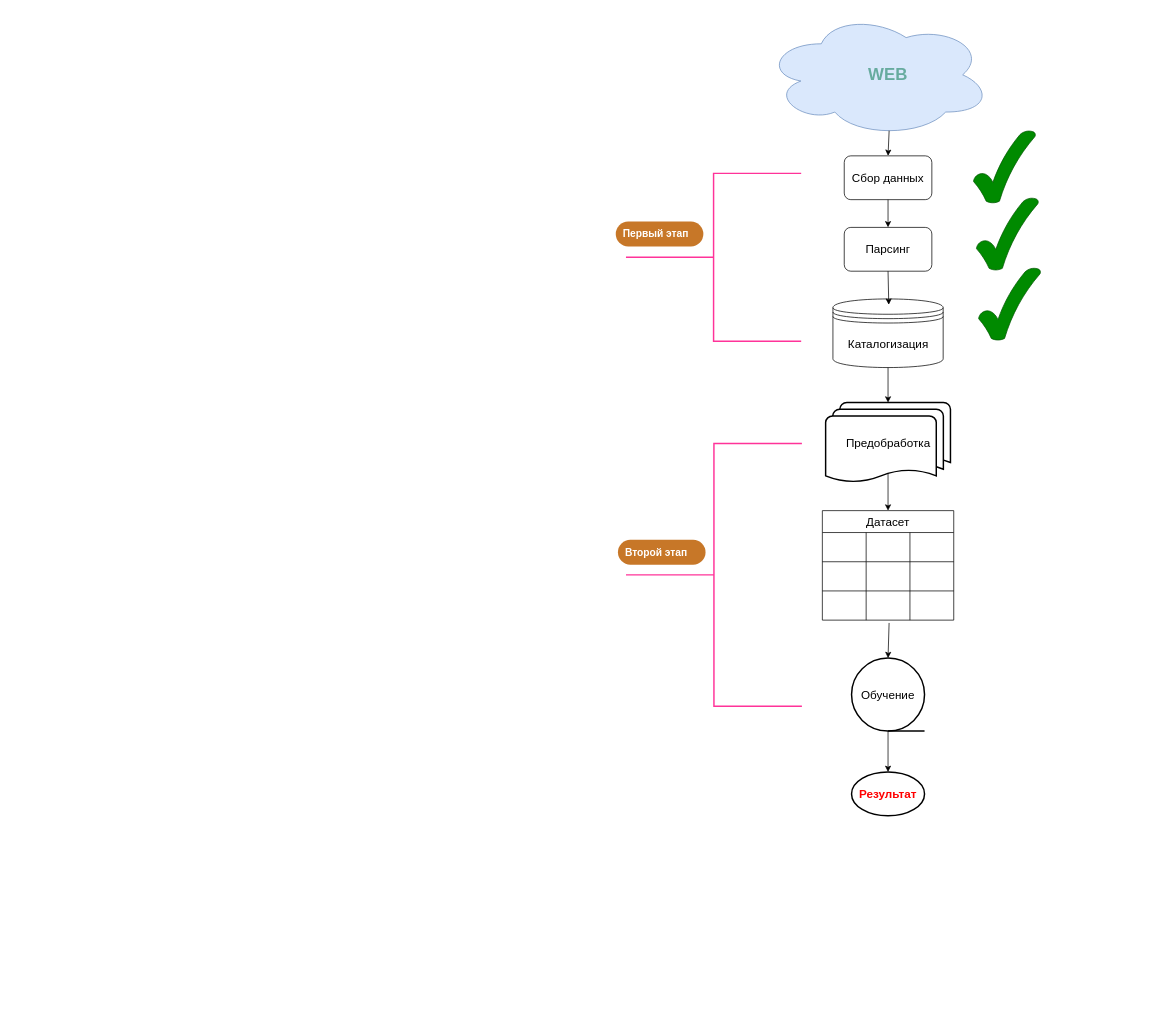
Before: page "התויית דרך" (1 of 4) of assets/draw.io/תקשורת-שרת-משתמש.drawio in hypo69/hypotez, a draw.io diagram. Source tidied: cells renumbered, new cells numbered last; positions are measured from the earlier drawing's top-left corner, leaving out a move shared by most shapes. Both pictures are drawn from the tidied source at 73%, with x=0, y=0 at pixel (596, 12).
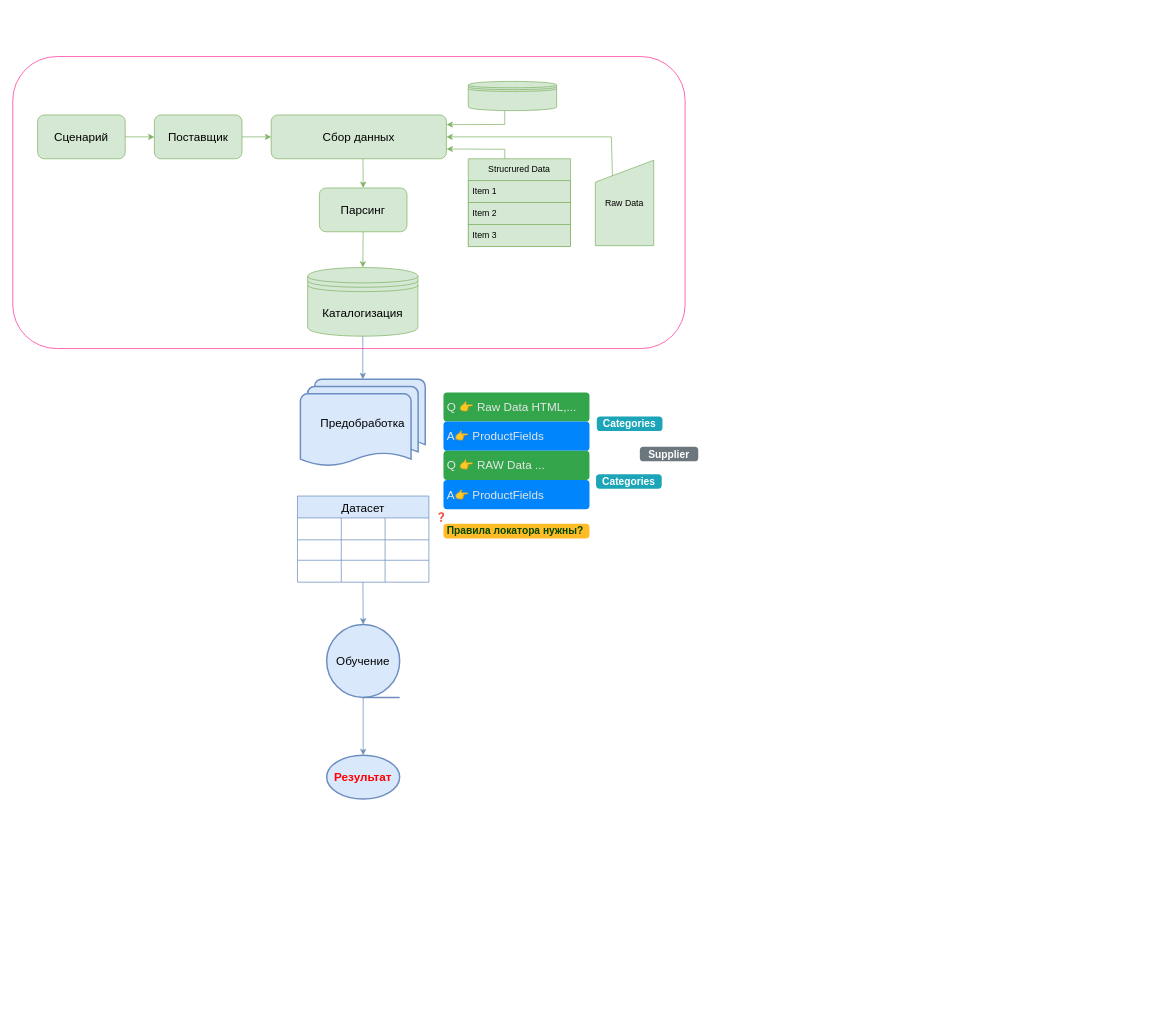
Above is the later version.

Diff of the diagram source:
```diff
@@
-    <mxCell id="2" style="ellipse;shape=cloud;whiteSpace=wrap;html=1;fillColor=#dae8fc;strokeColor=#6c8ebf;" parent="1" vertex="1">
-      <mxGeometry x="230" width="310" height="170" as="geometry" />
-    </mxCell>
-    <mxCell id="3" value="&lt;b&gt;&lt;font color=&quot;#67ab9f&quot; style=&quot;font-size: 23px;&quot;&gt;WEB&lt;/font&gt;&lt;/b&gt;" style="text;html=1;strokeColor=none;fillColor=none;align=center;verticalAlign=middle;whiteSpace=wrap;rounded=0;" parent="1" vertex="1">
-      <mxGeometry x="369" y="70" width="60" height="30" as="geometry" />
-    </mxCell>
-    <mxCell id="4" value="&lt;font style=&quot;font-size: 16px;&quot;&gt;Сбор данных&lt;/font&gt;" style="rounded=1;whiteSpace=wrap;html=1;" parent="1" vertex="1">
-      <mxGeometry x="339" y="196" width="120" height="60" as="geometry" />
+    <mxCell id="4" value="&lt;font style=&quot;font-size: 16px;&quot;&gt;Сбор данных&lt;/font&gt;" style="rounded=1;whiteSpace=wrap;html=1;fillColor=#d5e8d4;strokeColor=#82b366;" parent="1" vertex="1">
+      <mxGeometry x="-446" y="140" width="240" height="60" as="geometry" />
     </mxCell>
-    <mxCell id="5" value="&lt;font style=&quot;font-size: 16px;&quot;&gt;Парсинг&lt;/font&gt;" style="rounded=1;whiteSpace=wrap;html=1;" parent="1" vertex="1">
-      <mxGeometry x="339" y="294" width="120" height="60" as="geometry" />
+    <mxCell id="5" value="&lt;font style=&quot;font-size: 16px;&quot;&gt;Парсинг&lt;/font&gt;" style="rounded=1;whiteSpace=wrap;html=1;fillColor=#d5e8d4;strokeColor=#82b366;" parent="1" vertex="1">
+      <mxGeometry x="-380" y="240" width="120" height="60" as="geometry" />
     </mxCell>
-    <mxCell id="6" value="&lt;font style=&quot;font-size: 16px;&quot;&gt;Каталогизация&lt;/font&gt;" style="rounded=1;whiteSpace=wrap;html=1;shape=datastore;" parent="1" vertex="1">
-      <mxGeometry x="323.5" y="392" width="151" height="94" as="geometry" />
+    <mxCell id="6" value="&lt;font style=&quot;font-size: 16px;&quot;&gt;Каталогизация&lt;/font&gt;" style="rounded=1;whiteSpace=wrap;html=1;shape=datastore;fillColor=#d5e8d4;strokeColor=#82b366;" parent="1" vertex="1">
+      <mxGeometry x="-396" y="349" width="151" height="94" as="geometry" />
     </mxCell>
-    <mxCell id="7" value="Датасет" style="shape=table;startSize=30;childLayout=tableLayout;strokeColor=default;fontSize=16;" parent="1" vertex="1">
-      <mxGeometry x="309" y="682" width="180" height="150" as="geometry" />
+    <mxCell id="7" value="Датасет" style="shape=table;startSize=30;childLayout=tableLayout;strokeColor=#6c8ebf;fontSize=16;fillColor=#dae8fc;" parent="1" vertex="1">
+      <mxGeometry x="-410" y="662" width="180" height="118" as="geometry" />
     </mxCell>
     <mxCell id="8" style="shape=tableRow;horizontal=0;startSize=0;swimlaneHead=0;swimlaneBody=0;strokeColor=inherit;top=0;left=0;bottom=0;right=0;fillColor=none;fontSize=16;" parent="7" vertex="1">
-      <mxGeometry y="30" width="180" height="40" as="geometry" />
+      <mxGeometry y="30" width="180" height="30" as="geometry" />
     </mxCell>
     <mxCell id="9" style="shape=partialRectangle;html=1;whiteSpace=wrap;strokeColor=inherit;overflow=hidden;fillColor=none;top=0;left=0;bottom=0;right=0;fontSize=16;" parent="8" vertex="1">
-      <mxGeometry width="60" height="40" as="geometry" />
+      <mxGeometry width="60" height="30" as="geometry" />
     </mxCell>
     <mxCell id="10" style="shape=partialRectangle;html=1;whiteSpace=wrap;strokeColor=inherit;overflow=hidden;fillColor=none;top=0;left=0;bottom=0;right=0;fontSize=16;" parent="8" vertex="1">
-      <mxGeometry x="60" width="60" height="40" as="geometry" />
+      <mxGeometry x="60" width="60" height="30" as="geometry" />
     </mxCell>
     <mxCell id="11" style="shape=partialRectangle;html=1;whiteSpace=wrap;strokeColor=inherit;overflow=hidden;fillColor=none;top=0;left=0;bottom=0;right=0;fontSize=16;" parent="8" vertex="1">
-      <mxGeometry x="120" width="60" height="40" as="geometry" />
+      <mxGeometry x="120" width="60" height="30" as="geometry" />
     </mxCell>
     <mxCell id="12" style="shape=tableRow;horizontal=0;startSize=0;swimlaneHead=0;swimlaneBody=0;strokeColor=inherit;top=0;left=0;bottom=0;right=0;fillColor=none;fontSize=16;" parent="7" vertex="1">
-      <mxGeometry y="70" width="180" height="40" as="geometry" />
+      <mxGeometry y="60" width="180" height="28" as="geometry" />
     </mxCell>
     <mxCell id="13" style="shape=partialRectangle;html=1;whiteSpace=wrap;strokeColor=inherit;overflow=hidden;fillColor=none;top=0;left=0;bottom=0;right=0;fontSize=16;" parent="12" vertex="1">
-      <mxGeometry width="60" height="40" as="geometry" />
+      <mxGeometry width="60" height="28" as="geometry" />
     </mxCell>
     <mxCell id="14" style="shape=partialRectangle;html=1;whiteSpace=wrap;strokeColor=inherit;overflow=hidden;fillColor=none;top=0;left=0;bottom=0;right=0;fontSize=16;" parent="12" vertex="1">
-      <mxGeometry x="60" width="60" height="40" as="geometry" />
+      <mxGeometry x="60" width="60" height="28" as="geometry" />
     </mxCell>
     <mxCell id="15" style="shape=partialRectangle;html=1;whiteSpace=wrap;strokeColor=inherit;overflow=hidden;fillColor=none;top=0;left=0;bottom=0;right=0;fontSize=16;" parent="12" vertex="1">
-      <mxGeometry x="120" width="60" height="40" as="geometry" />
+      <mxGeometry x="120" width="60" height="28" as="geometry" />
     </mxCell>
     <mxCell id="16" style="shape=tableRow;horizontal=0;startSize=0;swimlaneHead=0;swimlaneBody=0;strokeColor=inherit;top=0;left=0;bottom=0;right=0;fillColor=none;points=[[0,0.5],[1,0.5]];portConstraint=eastwest;fontSize=16;" parent="7" vertex="1">
-      <mxGeometry y="110" width="180" height="40" as="geometry" />
+      <mxGeometry y="88" width="180" height="30" as="geometry" />
     </mxCell>
     <mxCell id="17" style="shape=partialRectangle;html=1;whiteSpace=wrap;strokeColor=inherit;overflow=hidden;fillColor=none;top=0;left=0;bottom=0;right=0;fontSize=16;" parent="16" vertex="1">
-      <mxGeometry width="60" height="40" as="geometry" />
+      <mxGeometry width="60" height="30" as="geometry" />
     </mxCell>
     <mxCell id="18" style="shape=partialRectangle;html=1;whiteSpace=wrap;strokeColor=inherit;overflow=hidden;fillColor=none;top=0;left=0;bottom=0;right=0;fontSize=16;" parent="16" vertex="1">
-      <mxGeometry x="60" width="60" height="40" as="geometry" />
+      <mxGeometry x="60" width="60" height="30" as="geometry" />
     </mxCell>
     <mxCell id="19" style="shape=partialRectangle;html=1;whiteSpace=wrap;strokeColor=inherit;overflow=hidden;fillColor=none;top=0;left=0;bottom=0;right=0;fontSize=16;" parent="16" vertex="1">
-      <mxGeometry x="120" width="60" height="40" as="geometry" />
+      <mxGeometry x="120" width="60" height="30" as="geometry" />
     </mxCell>
-    <mxCell id="20" value="&lt;font style=&quot;font-size: 16px;&quot;&gt;Предобработка&lt;/font&gt;" style="strokeWidth=2;html=1;shape=mxgraph.flowchart.multi-document;whiteSpace=wrap;" parent="1" vertex="1">
-      <mxGeometry x="313.5" y="534" width="171" height="110" as="geometry" />
+    <mxCell id="20" value="&lt;font style=&quot;font-size: 16px;&quot;&gt;Предобработка&lt;/font&gt;" style="strokeWidth=2;html=1;shape=mxgraph.flowchart.multi-document;whiteSpace=wrap;fillColor=#dae8fc;strokeColor=#6c8ebf;" parent="1" vertex="1">
+      <mxGeometry x="-406" y="502" width="171" height="120" as="geometry" />
     </mxCell>
-    <mxCell id="21" value="&lt;font style=&quot;font-size: 16px;&quot;&gt;Обучение&lt;/font&gt;" style="strokeWidth=2;html=1;shape=mxgraph.flowchart.sequential_data;whiteSpace=wrap;" parent="1" vertex="1">
-      <mxGeometry x="349" y="884" width="100" height="100" as="geometry" />
+    <mxCell id="21" value="&lt;font style=&quot;font-size: 16px;&quot;&gt;Обучение&lt;/font&gt;" style="strokeWidth=2;html=1;shape=mxgraph.flowchart.sequential_data;whiteSpace=wrap;fillColor=#dae8fc;strokeColor=#6c8ebf;" parent="1" vertex="1">
+      <mxGeometry x="-370" y="838" width="100" height="100" as="geometry" />
     </mxCell>
-    <mxCell id="22" value="&lt;font color=&quot;#ff0000&quot; style=&quot;font-size: 16px;&quot;&gt;&lt;b&gt;Результат&lt;/b&gt;&lt;/font&gt;" style="strokeWidth=2;html=1;shape=mxgraph.flowchart.start_1;whiteSpace=wrap;labelBackgroundColor=none;" parent="1" vertex="1">
-      <mxGeometry x="349" y="1040" width="100" height="60" as="geometry" />
+    <mxCell id="22" value="&lt;font color=&quot;#ff0000&quot; style=&quot;font-size: 16px;&quot;&gt;&lt;b&gt;Результат&lt;/b&gt;&lt;/font&gt;" style="strokeWidth=2;html=1;shape=mxgraph.flowchart.start_1;whiteSpace=wrap;labelBackgroundColor=none;fillColor=#dae8fc;strokeColor=#6c8ebf;" parent="1" vertex="1">
+      <mxGeometry x="-370" y="1017" width="100" height="60" as="geometry" />
     </mxCell>
-    <mxCell id="23" style="verticalLabelPosition=bottom;verticalAlign=top;html=1;shape=mxgraph.basic.tick;fillColor=#008a00;fontColor=#ffffff;strokeColor=#005700;" parent="1" vertex="1">
-      <mxGeometry x="516" y="161" width="85" height="100" as="geometry" />
-    </mxCell>
-    <mxCell id="24" style="verticalLabelPosition=bottom;verticalAlign=top;html=1;shape=mxgraph.basic.tick;fillColor=#008a00;fontColor=#ffffff;strokeColor=#005700;" parent="1" vertex="1">
-      <mxGeometry x="520" y="253" width="85" height="100" as="geometry" />
-    </mxCell>
-    <mxCell id="25" style="verticalLabelPosition=bottom;verticalAlign=top;html=1;shape=mxgraph.basic.tick;fillColor=#008a00;fontColor=#ffffff;strokeColor=#005700;" parent="1" vertex="1">
-      <mxGeometry x="523" y="349" width="85" height="100" as="geometry" />
-    </mxCell>
-    <mxCell id="26" style="strokeWidth=2;html=1;shape=mxgraph.flowchart.annotation_2;align=left;labelPosition=right;fillColor=#f8cecc;strokeColor=#FF3399;" parent="1" vertex="1">
-      <mxGeometry x="40" y="220" width="240" height="230" as="geometry" />
-    </mxCell>
-    <mxCell id="27" style="endArrow=classic;html=1;rounded=0;exitX=0.55;exitY=0.95;exitDx=0;exitDy=0;exitPerimeter=0;entryX=0.5;entryY=0;entryDx=0;entryDy=0;" parent="1" edge="1" source="2" target="4">
-      <mxGeometry relative="1" as="geometry" />
-    </mxCell>
-    <mxCell id="28" style="strokeWidth=2;html=1;shape=mxgraph.flowchart.annotation_2;align=left;labelPosition=right;fillColor=#f8cecc;strokeColor=#FF3399;" parent="1" vertex="1">
-      <mxGeometry x="40" y="590" width="241" height="360" as="geometry" />
-    </mxCell>
-    <mxCell id="29" style="endArrow=classic;html=1;rounded=0;entryX=0.5;entryY=0;entryDx=0;entryDy=0;exitX=0.5;exitY=1;exitDx=0;exitDy=0;" parent="1" edge="1" source="4" target="5">
+    <mxCell id="29" style="endArrow=classic;html=1;rounded=0;entryX=0.5;entryY=0;entryDx=0;entryDy=0;exitX=0.524;exitY=0.997;exitDx=0;exitDy=0;exitPerimeter=0;fillColor=#d5e8d4;strokeColor=#82b366;" parent="1" edge="1" source="4" target="5">
       <mxGeometry relative="1" as="geometry" />
     </mxCell>
-    <mxCell id="30" value="Первый этап" style="rounded=1;whiteSpace=wrap;html=1;arcSize=50;strokeColor=none;strokeWidth=1;fillColor=#C77728;fontColor=#FFFFFF;whiteSpace=wrap;align=left;verticalAlign=middle;spacingLeft=0;fontStyle=1;fontSize=14;spacing=10;" parent="1" vertex="1">
-      <mxGeometry x="26" y="286" width="120" height="34" as="geometry" />
-    </mxCell>
-    <mxCell id="31" style="endArrow=classic;html=1;rounded=0;exitX=0.5;exitY=1;exitDx=0;exitDy=0;" parent="1" edge="1" source="5">
-      <mxGeometry relative="1" as="geometry">
-        <mxPoint x="400" y="400" as="targetPoint" />
-      </mxGeometry>
+    <mxCell id="31" style="endArrow=classic;html=1;rounded=0;exitX=0.5;exitY=1;exitDx=0;exitDy=0;entryX=0.5;entryY=0;entryDx=0;entryDy=0;fillColor=#d5e8d4;strokeColor=#82b366;" parent="1" edge="1" source="5" target="6">
+      <mxGeometry relative="1" as="geometry" />
     </mxCell>
-    <mxCell id="32" value="Второй этап" style="rounded=1;whiteSpace=wrap;html=1;arcSize=50;strokeColor=none;strokeWidth=1;fillColor=#C77728;fontColor=#FFFFFF;whiteSpace=wrap;align=left;verticalAlign=middle;spacingLeft=0;fontStyle=1;fontSize=14;spacing=10;" parent="1" vertex="1">
-      <mxGeometry x="29" y="722" width="120" height="34" as="geometry" />
-    </mxCell>
-    <mxCell id="33" style="endArrow=classic;html=1;rounded=0;exitX=0.5;exitY=1;exitDx=0;exitDy=0;entryX=0.5;entryY=0;entryDx=0;entryDy=0;entryPerimeter=0;" parent="1" edge="1" source="6" target="20">
+    <mxCell id="33" style="endArrow=classic;html=1;rounded=0;exitX=0.5;exitY=1;exitDx=0;exitDy=0;entryX=0.5;entryY=0;entryDx=0;entryDy=0;entryPerimeter=0;fillColor=#dae8fc;strokeColor=#6c8ebf;" parent="1" edge="1" source="6" target="20">
       <mxGeometry relative="1" as="geometry" />
     </mxCell>
-    <mxCell id="34" style="rounded=0;whiteSpace=wrap;html=1;strokeColor=none;" parent="1" vertex="1">
-      <mxGeometry y="1180" width="760" height="190" as="geometry" />
-    </mxCell>
-    <mxCell id="35" style="endArrow=classic;html=1;rounded=0;exitX=0.5;exitY=0.88;exitDx=0;exitDy=0;exitPerimeter=0;entryX=0.5;entryY=0;entryDx=0;entryDy=0;" parent="1" edge="1" source="20" target="7">
-      <mxGeometry relative="1" as="geometry" />
-    </mxCell>
-    <mxCell id="36" style="endArrow=classic;html=1;rounded=0;exitX=0.508;exitY=1.096;exitDx=0;exitDy=0;exitPerimeter=0;entryX=0.5;entryY=0;entryDx=0;entryDy=0;entryPerimeter=0;" parent="1" edge="1" source="16" target="21">
+    <mxCell id="36" style="endArrow=classic;html=1;rounded=0;exitX=0.498;exitY=0.988;exitDx=0;exitDy=0;exitPerimeter=0;entryX=0.5;entryY=0;entryDx=0;entryDy=0;entryPerimeter=0;fillColor=#dae8fc;strokeColor=#6c8ebf;" parent="1" edge="1" source="16" target="21">
       <mxGeometry relative="1" as="geometry" />
     </mxCell>
-    <mxCell id="37" style="endArrow=classic;html=1;rounded=0;exitX=0.5;exitY=1;exitDx=0;exitDy=0;exitPerimeter=0;entryX=0.5;entryY=0;entryDx=0;entryDy=0;entryPerimeter=0;" parent="1" edge="1" source="21" target="22">
+    <mxCell id="37" style="endArrow=classic;html=1;rounded=0;exitX=0.5;exitY=1;exitDx=0;exitDy=0;exitPerimeter=0;entryX=0.5;entryY=0;entryDx=0;entryDy=0;entryPerimeter=0;fillColor=#dae8fc;strokeColor=#6c8ebf;" parent="1" edge="1" source="21" target="22">
       <mxGeometry relative="1" as="geometry" />
     </mxCell>
+    <mxCell id="38" style="group;" parent="1" vertex="1">
+      <mxGeometry x="-210" y="520" width="200" height="160" as="geometry" />
+    </mxCell>
+    <mxCell id="39" value="&lt;font color=&quot;#e6e6e6&quot;&gt;Q 👉 Raw Data HTML,...&lt;/font&gt;" style="html=1;shadow=0;dashed=0;shape=mxgraph.bootstrap.rrect;rSize=5;strokeColor=none;strokeWidth=1;fillColor=#33A64C;fontColor=#FFFFFF;whiteSpace=wrap;align=left;verticalAlign=middle;spacingLeft=0;fontStyle=0;fontSize=16;spacing=5;" parent="38" vertex="1">
+      <mxGeometry width="200" height="40" as="geometry" />
+    </mxCell>
+    <mxCell id="40" value="&lt;font color=&quot;#e6e6e6&quot;&gt;A👉 ProductFields&lt;/font&gt;" style="html=1;shadow=0;dashed=0;shape=mxgraph.bootstrap.rrect;rSize=5;strokeColor=none;strokeWidth=1;fillColor=#0085FC;fontColor=#FFFFFF;whiteSpace=wrap;align=left;verticalAlign=middle;spacingLeft=0;fontStyle=0;fontSize=16;spacing=5;" parent="38" vertex="1">
+      <mxGeometry y="40" width="200" height="40" as="geometry" />
+    </mxCell>
+    <mxCell id="41" value="&lt;font color=&quot;#e6e6e6&quot;&gt;A👉 ProductFields&lt;/font&gt;" style="html=1;shadow=0;dashed=0;shape=mxgraph.bootstrap.rrect;rSize=5;strokeColor=none;strokeWidth=1;fillColor=#0085FC;fontColor=#FFFFFF;whiteSpace=wrap;align=left;verticalAlign=middle;spacingLeft=0;fontStyle=0;fontSize=16;spacing=5;" parent="38" vertex="1">
+      <mxGeometry y="120" width="200" height="40" as="geometry" />
+    </mxCell>
+    <mxCell id="42" value="&lt;font color=&quot;#e6e6e6&quot;&gt;Q 👉 RAW Data ...&lt;/font&gt;" style="html=1;shadow=0;dashed=0;shape=mxgraph.bootstrap.rrect;rSize=5;strokeColor=none;strokeWidth=1;fillColor=#33A64C;fontColor=#FFFFFF;whiteSpace=wrap;align=left;verticalAlign=middle;spacingLeft=0;fontStyle=0;fontSize=16;spacing=5;" parent="38" vertex="1">
+      <mxGeometry y="80" width="200" height="40" as="geometry" />
+    </mxCell>
+    <mxCell id="43" value="&lt;font style=&quot;font-size: 16px;&quot;&gt;Поставщик&lt;/font&gt;" style="rounded=1;whiteSpace=wrap;html=1;fillColor=#d5e8d4;strokeColor=#82b366;" parent="1" vertex="1">
+      <mxGeometry x="-606" y="140" width="120" height="60" as="geometry" />
+    </mxCell>
+    <mxCell id="44" value="&lt;span style=&quot;font-size: 16px;&quot;&gt;Сценарий&lt;/span&gt;" style="rounded=1;whiteSpace=wrap;html=1;fillColor=#d5e8d4;strokeColor=#82b366;" parent="1" vertex="1">
+      <mxGeometry x="-766" y="140" width="120" height="60" as="geometry" />
+    </mxCell>
+    <mxCell id="45" value="❓" style="text;whiteSpace=wrap;html=1;" parent="1" vertex="1">
+      <mxGeometry x="-222" y="678" width="25.5" height="30" as="geometry" />
+    </mxCell>
+    <mxCell id="46" style="shape=datastore;whiteSpace=wrap;html=1;fillColor=#d5e8d4;strokeColor=#82b366;" parent="1" vertex="1">
+      <mxGeometry x="-176" y="94" width="121" height="40" as="geometry" />
+    </mxCell>
+    <mxCell id="47" value="Strucrured Data" style="swimlane;fontStyle=0;horizontal=1;startSize=30;whiteSpace=wrap;html=1;fillColor=#d5e8d4;strokeColor=#82b366;" parent="1" vertex="1">
+      <mxGeometry x="-176" y="200" width="140" height="120" as="geometry" />
+    </mxCell>
+    <mxCell id="48" value="Item 1" style="text;strokeColor=#82b366;fillColor=#d5e8d4;align=left;verticalAlign=middle;spacingLeft=4;spacingRight=4;overflow=hidden;whiteSpace=wrap;html=1;" parent="47" vertex="1">
+      <mxGeometry y="30" width="140" height="30" as="geometry" />
+    </mxCell>
+    <mxCell id="49" value="Item 2" style="text;strokeColor=#82b366;fillColor=#d5e8d4;align=left;verticalAlign=middle;spacingLeft=4;spacingRight=4;overflow=hidden;whiteSpace=wrap;html=1;" parent="47" vertex="1">
+      <mxGeometry y="60" width="140" height="30" as="geometry" />
+    </mxCell>
+    <mxCell id="50" value="Item 3" style="text;strokeColor=#82b366;fillColor=#d5e8d4;align=left;verticalAlign=middle;spacingLeft=4;spacingRight=4;overflow=hidden;whiteSpace=wrap;html=1;" parent="47" vertex="1">
+      <mxGeometry y="90" width="140" height="30" as="geometry" />
+    </mxCell>
+    <mxCell id="51" style="endArrow=classic;html=1;rounded=0;entryX=1.001;entryY=0.776;entryDx=0;entryDy=0;entryPerimeter=0;fillColor=#d5e8d4;strokeColor=#82b366;" parent="1" edge="1" target="4">
+      <mxGeometry relative="1" as="geometry">
+        <mxPoint x="-126" y="200" as="sourcePoint" />
+        <Array as="points">
+          <mxPoint x="-126" y="187" />
+        </Array>
+      </mxGeometry>
+    </mxCell>
+    <mxCell id="52" style="endArrow=classic;html=1;rounded=0;entryX=1.001;entryY=0.22;entryDx=0;entryDy=0;entryPerimeter=0;exitX=0.412;exitY=1.003;exitDx=0;exitDy=0;exitPerimeter=0;fillColor=#d5e8d4;strokeColor=#82b366;" parent="1" edge="1" source="46" target="4">
+      <mxGeometry relative="1" as="geometry">
+        <Array as="points">
+          <mxPoint x="-126" y="153" />
+        </Array>
+      </mxGeometry>
+    </mxCell>
+    <mxCell id="53" style="endArrow=classic;html=1;rounded=0;exitX=1;exitY=0.5;exitDx=0;exitDy=0;entryX=0;entryY=0.5;entryDx=0;entryDy=0;fillColor=#d5e8d4;strokeColor=#82b366;" parent="1" edge="1" source="43" target="4">
+      <mxGeometry relative="1" as="geometry" />
+    </mxCell>
+    <mxCell id="54" style="endArrow=classic;html=1;rounded=0;exitX=1;exitY=0.5;exitDx=0;exitDy=0;entryX=0;entryY=0.5;entryDx=0;entryDy=0;fillColor=#d5e8d4;strokeColor=#82b366;" parent="1" edge="1" source="44" target="43">
+      <mxGeometry relative="1" as="geometry" />
+    </mxCell>
+    <mxCell id="55" value="Raw Data" style="shape=manualInput;whiteSpace=wrap;html=1;fillColor=#d5e8d4;strokeColor=#82b366;" parent="1" vertex="1">
+      <mxGeometry x="-2" y="202" width="80" height="117" as="geometry" />
+    </mxCell>
+    <mxCell id="56" style="endArrow=classic;html=1;rounded=0;entryX=1;entryY=0.5;entryDx=0;entryDy=0;exitX=0.293;exitY=0.183;exitDx=0;exitDy=0;exitPerimeter=0;fillColor=#d5e8d4;strokeColor=#82b366;" parent="1" edge="1" source="55" target="4">
+      <mxGeometry relative="1" as="geometry">
+        <Array as="points">
+          <mxPoint x="20" y="170" />
+        </Array>
+      </mxGeometry>
+    </mxCell>
+    <mxCell id="57" value="&lt;font color=&quot;#004700&quot;&gt;Правила локатора нужны?&lt;/font&gt;" style="html=1;shadow=0;dashed=0;shape=mxgraph.bootstrap.rrect;rSize=5;strokeColor=none;strokeWidth=1;fillColor=#FFBC26;fontColor=#000000;whiteSpace=wrap;align=left;verticalAlign=middle;spacingLeft=0;fontStyle=1;fontSize=14;spacing=5;" parent="1" vertex="1">
+      <mxGeometry x="-210" y="700" width="200" height="20" as="geometry" />
+    </mxCell>
+    <mxCell id="58" value="Categories" style="html=1;shadow=0;dashed=0;shape=mxgraph.bootstrap.rrect;rSize=5;strokeColor=none;strokeWidth=1;fillColor=#1CA5B8;fontColor=#FFFFFF;whiteSpace=wrap;align=center;verticalAlign=middle;spacingLeft=0;fontStyle=1;fontSize=14;spacing=5;" parent="1" vertex="1">
+      <mxGeometry y="553" width="90" height="20" as="geometry" />
+    </mxCell>
+    <mxCell id="59" value="Categories" style="html=1;shadow=0;dashed=0;shape=mxgraph.bootstrap.rrect;rSize=5;strokeColor=none;strokeWidth=1;fillColor=#1CA5B8;fontColor=#FFFFFF;whiteSpace=wrap;align=center;verticalAlign=middle;spacingLeft=0;fontStyle=1;fontSize=14;spacing=5;" parent="1" vertex="1">
+      <mxGeometry x="-1" y="632" width="90" height="20" as="geometry" />
+    </mxCell>
+    <mxCell id="60" value="Supplier" style="html=1;shadow=0;dashed=0;shape=mxgraph.bootstrap.rrect;rSize=5;strokeColor=none;strokeWidth=1;fillColor=#6C767D;fontColor=#FFFFFF;whiteSpace=wrap;align=center;verticalAlign=middle;spacingLeft=0;fontStyle=1;fontSize=14;spacing=5;" parent="1" vertex="1">
+      <mxGeometry x="59" y="594.5" width="80" height="20" as="geometry" />
+    </mxCell>
+    <mxCell id="61" parent="0" />
+    <mxCell id="62" style="rounded=1;whiteSpace=wrap;html=1;fillColor=none;strokeColor=#FF3399;" parent="61" vertex="1">
+      <mxGeometry x="-800" y="60" width="921" height="400" as="geometry" />
+    </mxCell>
```
